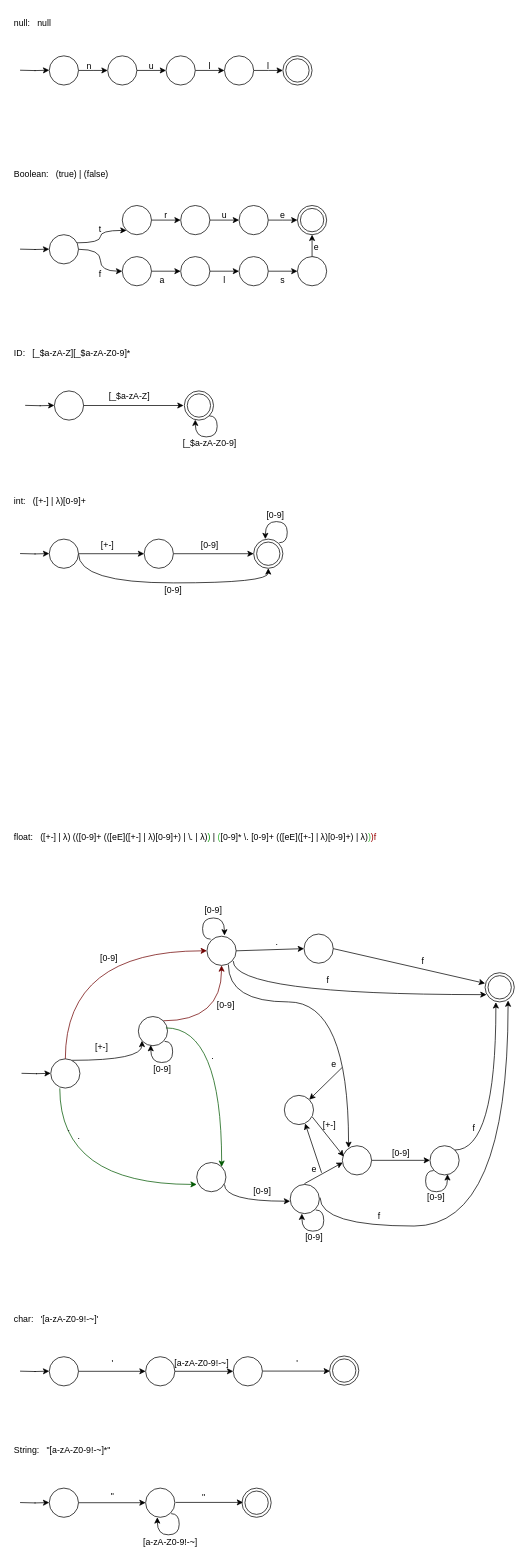
The draw.io diagram dfa.drawio in pureAliNajafi/lexical-compiler-dfa-diagrams, before the edit. Source tidied: cells renumbered, new cells numbered last; positions are measured from the earlier drawing's top-left corner, leaving out a move shared by most shapes. Both pictures are drawn from the tidied source at 73%, with x=0, y=0 at pixel (12, 12).
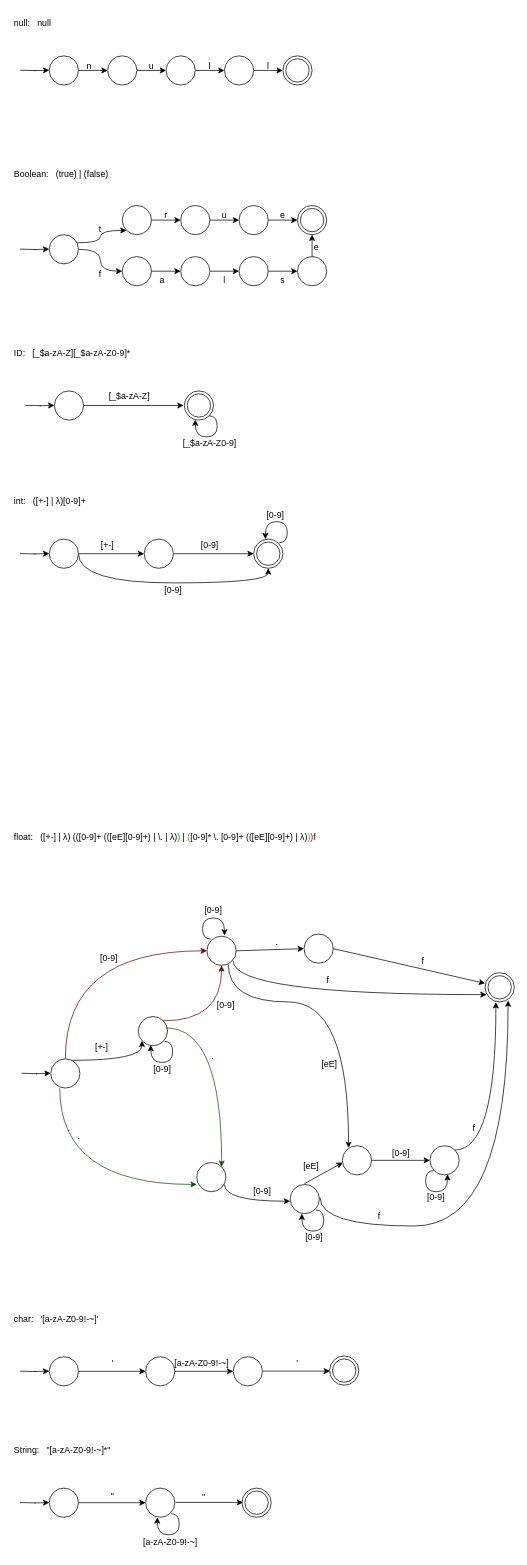
Above is the later version.

Unchanged cells that the change refers to:
```xml
<mxCell id="103" style="ellipse;whiteSpace=wrap;html=1;" parent="1" vertex="1">
  <mxGeometry x="451.5" y="1552" width="40" height="40" as="geometry" />
</mxCell>
```

Diff of the diagram source:
```diff
@@
-    <mxCell id="89" value="&lt;div style=&quot;text-align: left;&quot;&gt;&lt;span style=&quot;background-color: transparent; color: light-dark(rgb(0, 0, 0), rgb(255, 255, 255));&quot;&gt;e&lt;/span&gt;&lt;/div&gt;" style="text;html=1;align=center;verticalAlign=middle;whiteSpace=wrap;rounded=0;" parent="1" vertex="1">
-      <mxGeometry x="410" y="1425" width="60" height="30" as="geometry" />
+    <mxCell id="89" value="&lt;div style=&quot;text-align: left;&quot;&gt;[eE]&lt;/div&gt;" style="text;html=1;align=center;verticalAlign=middle;whiteSpace=wrap;rounded=0;" parent="1" vertex="1">
+      <mxGeometry x="404" y="1425" width="60" height="30" as="geometry" />
     </mxCell>
@@
-    <mxCell id="106" value="&lt;div style=&quot;text-align: left;&quot;&gt;&lt;span style=&quot;background-color: transparent; color: light-dark(rgb(0, 0, 0), rgb(255, 255, 255));&quot;&gt;e&lt;/span&gt;&lt;/div&gt;" style="text;html=1;align=center;verticalAlign=middle;whiteSpace=wrap;rounded=0;" parent="1" vertex="1">
-      <mxGeometry x="383" y="1570" width="60" height="30" as="geometry" />
-    </mxCell>
@@
-    <mxCell id="137" value="float:&amp;nbsp; &amp;nbsp;([+-] | λ) &lt;font style=&quot;color: light-dark(rgb(0, 0, 0), rgb(153, 0, 0));&quot;&gt;(&lt;/font&gt;&lt;font style=&quot;&quot;&gt;&lt;font style=&quot;color: light-dark(rgb(0, 0, 0), rgb(0, 153, 0));&quot;&gt;(&lt;/font&gt;[0-9]+ (([eE]([+-] | λ)[0-9]+) | \. |&amp;nbsp;λ)&lt;/font&gt;&lt;span style=&quot;color: rgb(0, 153, 0);&quot;&gt;)&amp;nbsp;&lt;/span&gt;| &lt;span style=&quot;color: rgb(50, 181, 50);&quot;&gt;(&lt;/span&gt;[0-9]* \. [0-9]+ (([eE]([+-] | λ)[0-9]+) | λ)&lt;span style=&quot;color: rgb(50, 181, 50);&quot;&gt;)&lt;/span&gt;&lt;span style=&quot;color: rgb(153, 0, 0);&quot;&gt;)&lt;/span&gt;&lt;span style=&quot;color: rgb(153, 0, 0);&quot;&gt;&lt;font style=&quot;color: light-dark(rgb(153, 0, 0), rgb(255, 255, 255));&quot;&gt;f&lt;/font&gt;&lt;/span&gt;" style="text;html=1;align=left;verticalAlign=middle;whiteSpace=wrap;rounded=0;" parent="1" vertex="1">
+    <mxCell id="137" value="float:&amp;nbsp; &amp;nbsp;([+-] | λ) &lt;font style=&quot;color: light-dark(rgb(0, 0, 0), rgb(153, 0, 0));&quot;&gt;(&lt;/font&gt;&lt;font style=&quot;&quot;&gt;&lt;font style=&quot;color: light-dark(rgb(0, 0, 0), rgb(0, 153, 0));&quot;&gt;(&lt;/font&gt;[0-9]+ (([eE][0-9]+) | \. |&amp;nbsp;λ)&lt;/font&gt;&lt;span style=&quot;color: rgb(0, 153, 0);&quot;&gt;)&amp;nbsp;&lt;/span&gt;| &lt;span style=&quot;color: rgb(50, 181, 50);&quot;&gt;(&lt;/span&gt;[0-9]* \. [0-9]+ (([eE][0-9]+) | λ)&lt;span style=&quot;color: rgb(50, 181, 50);&quot;&gt;)&lt;/span&gt;&lt;span style=&quot;color: rgb(153, 0, 0);&quot;&gt;)&lt;/span&gt;&lt;span style=&quot;color: rgb(153, 0, 0);&quot;&gt;&lt;font style=&quot;color: light-dark(rgb(153, 0, 0), rgb(255, 255, 255));&quot;&gt;f&lt;/font&gt;&lt;/span&gt;" style="text;html=1;align=left;verticalAlign=middle;whiteSpace=wrap;rounded=0;" parent="1" vertex="1">
       <mxGeometry y="1115" width="580" height="30" as="geometry" />
     </mxCell>
-    <mxCell id="138" style="ellipse;whiteSpace=wrap;html=1;" parent="1" vertex="1">
-      <mxGeometry x="372" y="1483" width="40" height="40" as="geometry" />
-    </mxCell>
-    <mxCell id="139" style="rounded=0;jettySize=auto;html=1;entryX=0.712;entryY=0.962;entryDx=0;entryDy=0;entryPerimeter=0;" parent="1" edge="1" target="138">
-      <mxGeometry relative="1" as="geometry">
-        <mxPoint x="423" y="1589" as="sourcePoint" />
-      </mxGeometry>
-    </mxCell>
-    <mxCell id="140" style="rounded=0;jettySize=auto;html=1;entryX=1;entryY=0;entryDx=0;entryDy=0;" parent="1" edge="1" target="138">
-      <mxGeometry relative="1" as="geometry">
-        <mxPoint x="451" y="1445" as="sourcePoint" />
-      </mxGeometry>
-    </mxCell>
-    <mxCell id="141" style="rounded=0;jettySize=auto;html=1;entryX=0.049;entryY=0.368;entryDx=0;entryDy=0;exitX=0.96;exitY=0.741;exitDx=0;exitDy=0;exitPerimeter=0;entryPerimeter=0;" parent="1" edge="1" source="138" target="103">
-      <mxGeometry relative="1" as="geometry" />
-    </mxCell>
-    <mxCell id="142" value="&lt;div style=&quot;text-align: left;&quot;&gt;[+-]&lt;/div&gt;" style="text;html=1;align=center;verticalAlign=middle;whiteSpace=wrap;rounded=0;" parent="1" vertex="1">
-      <mxGeometry x="404" y="1509" width="60" height="30" as="geometry" />
-    </mxCell>
+    <mxCell id="143" value="&lt;div style=&quot;text-align: left;&quot;&gt;[eE]&lt;/div&gt;" style="text;html=1;align=center;verticalAlign=middle;whiteSpace=wrap;rounded=0;" parent="1" vertex="1">
+      <mxGeometry x="379" y="1566" width="60" height="30" as="geometry" />
+    </mxCell>
```
